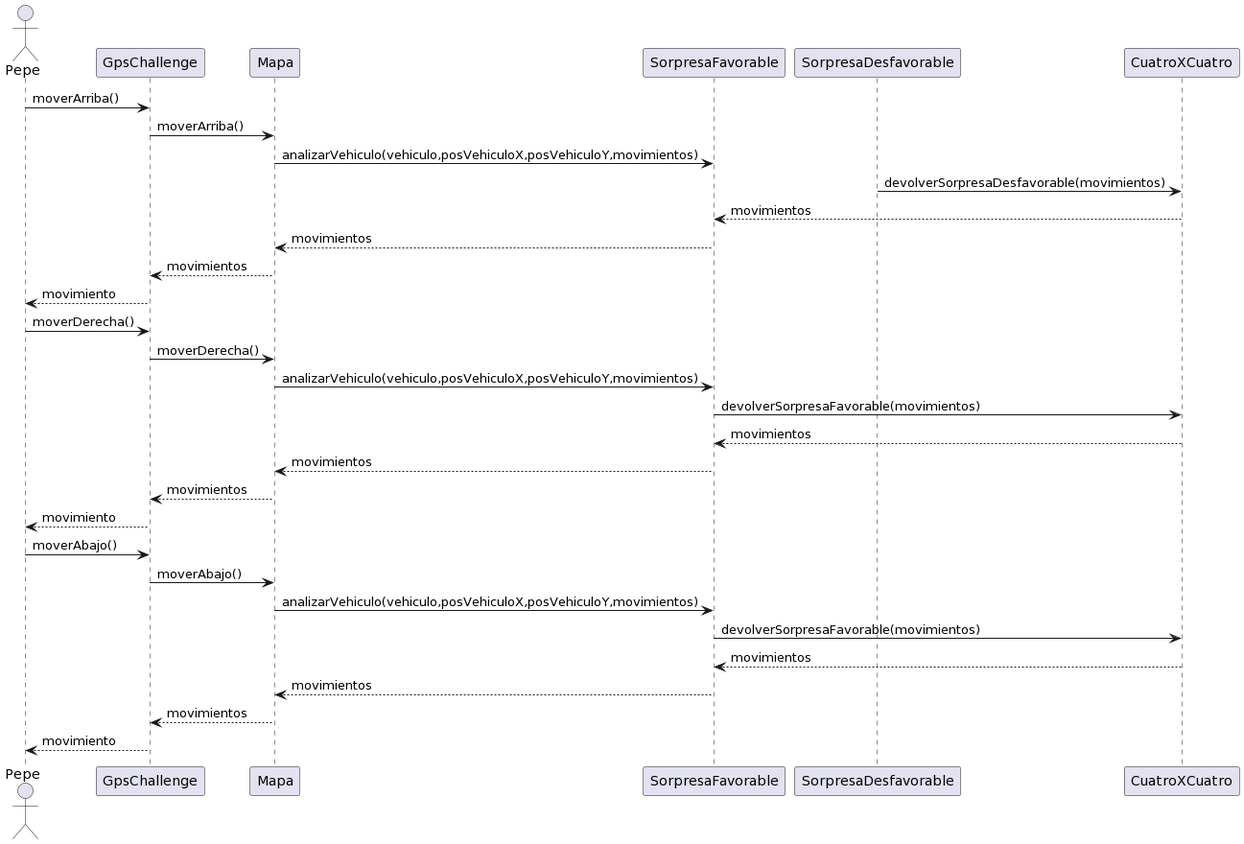
Earlier version of the PlantUML export diagrams/sequences/06Test4x4ConSorpresaFavorable.PNG (IannielloR/TP2_algo3).
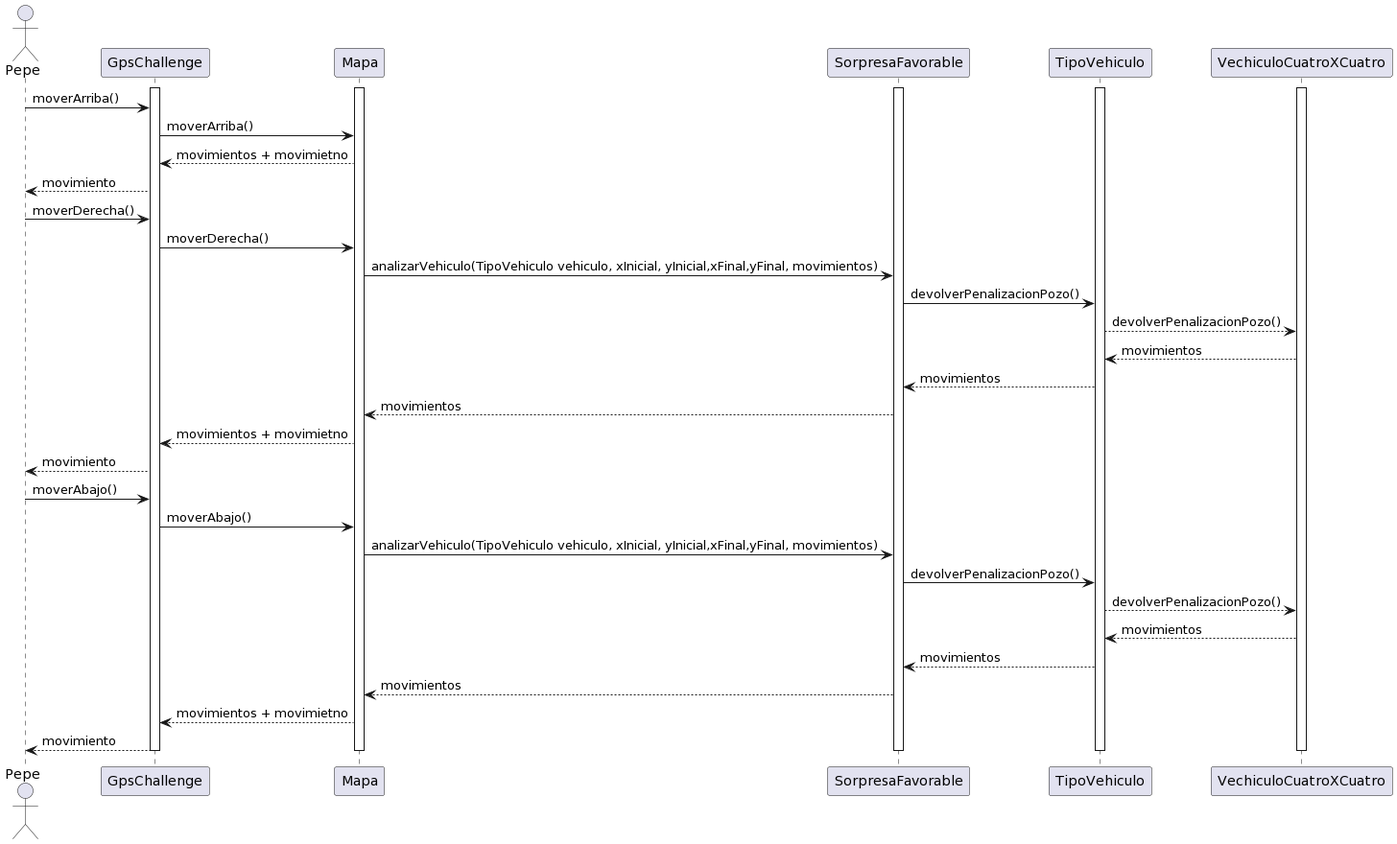
The same file after the commit.

Diff of the diagram source:
```diff
@@ -1,29 +1,43 @@
 @startuml
 actor Pepe
+activate GpsChallenge
+activate Mapa
+activate SorpresaFavorable
+activate TipoVehiculo
+activate VechiculoCuatroXCuatro
+
 Pepe-> GpsChallenge: moverArriba()
 GpsChallenge -> Mapa: moverArriba()
-Mapa -> SorpresaFavorable: analizarVehiculo(vehiculo,posVehiculoX,posVehiculoY,movimientos)
-SorpresaDesfavorable-> CuatroXCuatro: devolverSorpresaDesfavorable(movimientos)
-CuatroXCuatro--> SorpresaFavorable: movimientos
-SorpresaFavorable--> Mapa: movimientos
-Mapa --> GpsChallenge: movimientos
+Mapa --> GpsChallenge: movimientos + movimietno
 GpsChallenge --> Pepe: movimiento
+
 
 Pepe-> GpsChallenge: moverDerecha()
 GpsChallenge -> Mapa: moverDerecha()
-Mapa -> SorpresaFavorable: analizarVehiculo(vehiculo,posVehiculoX,posVehiculoY,movimientos)
-SorpresaFavorable-> CuatroXCuatro: devolverSorpresaFavorable(movimientos)
-CuatroXCuatro--> SorpresaFavorable: movimientos
+Mapa -> SorpresaFavorable: analizarVehiculo(TipoVehiculo vehiculo, xInicial, yInicial,xFinal,yFinal, movimientos)
+SorpresaFavorable-> TipoVehiculo: devolverPenalizacionPozo()
+TipoVehiculo--> VechiculoCuatroXCuatro: devolverPenalizacionPozo()
+VechiculoCuatroXCuatro--> TipoVehiculo: movimientos
+TipoVehiculo--> SorpresaFavorable: movimientos
 SorpresaFavorable--> Mapa: movimientos
-Mapa --> GpsChallenge: movimientos
+Mapa --> GpsChallenge: movimientos + movimietno
 GpsChallenge --> Pepe: movimiento
+
 
 Pepe-> GpsChallenge: moverAbajo()
 GpsChallenge -> Mapa: moverAbajo()
-Mapa -> SorpresaFavorable: analizarVehiculo(vehiculo,posVehiculoX,posVehiculoY,movimientos)
-SorpresaFavorable-> CuatroXCuatro: devolverSorpresaFavorable(movimientos)
-CuatroXCuatro--> SorpresaFavorable: movimientos
+Mapa -> SorpresaFavorable: analizarVehiculo(TipoVehiculo vehiculo, xInicial, yInicial,xFinal,yFinal, movimientos)
+SorpresaFavorable-> TipoVehiculo: devolverPenalizacionPozo()
+TipoVehiculo--> VechiculoCuatroXCuatro: devolverPenalizacionPozo()
+VechiculoCuatroXCuatro--> TipoVehiculo: movimientos
+TipoVehiculo--> SorpresaFavorable: movimientos
 SorpresaFavorable--> Mapa: movimientos
-Mapa --> GpsChallenge: movimientos
+Mapa --> GpsChallenge: movimientos + movimietno
+
 GpsChallenge --> Pepe: movimiento
+deactivate VechiculoCuatroXCuatro
+deactivate TipoVehiculo
+deactivate SorpresaFavorable
+deactivate Mapa
+deactivate GpsChallenge
 @enduml
```
